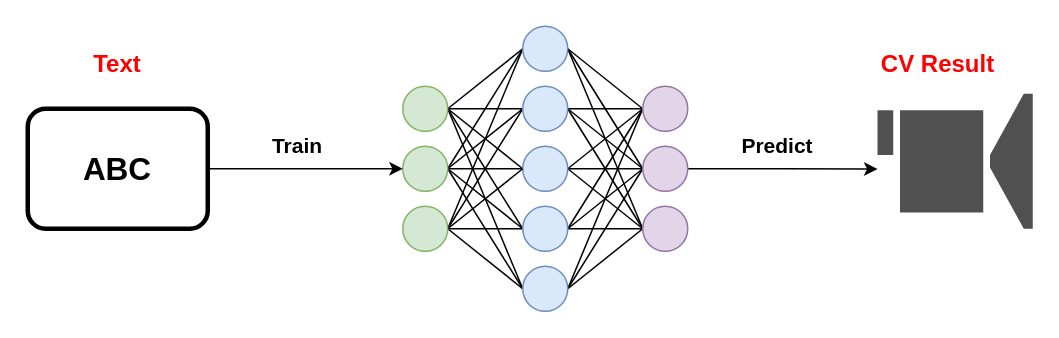
The draw.io diagram page "图1.3 跨模态信息检索" (3 of 6) of 论文/第1章/第一章.drawio in ssl1995/draw, before the edit. Source tidied: cells renumbered, new cells numbered last; positions are measured from the earlier drawing's top-left corner, leaving out a move shared by most shapes. Both pictures are drawn from the tidied source at 150%, with x=0, y=0 at pixel (27, 26).
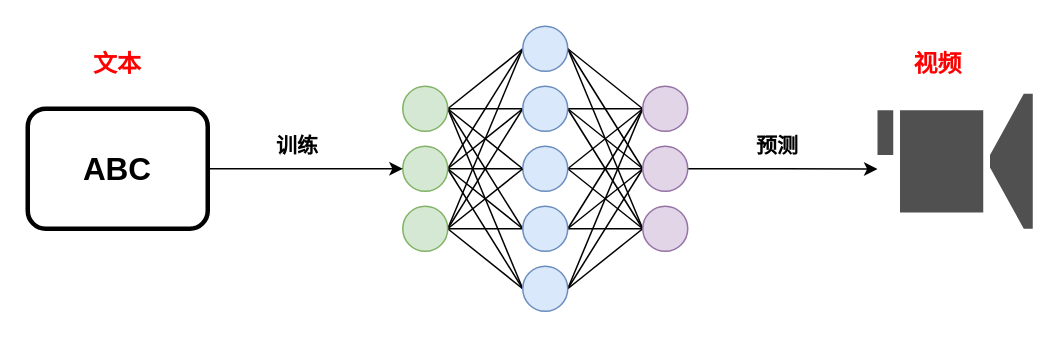
The same diagram, later.

Diff of the diagram source:
```diff
@@
-    <mxCell id="46" value="Train" style="text;strokeColor=none;fillColor=none;align=center;verticalAlign=middle;rounded=0;fontSize=14;fontStyle=1;whiteSpace=wrap;" parent="1" vertex="1">
+    <mxCell id="46" value="训练" style="text;strokeColor=none;fillColor=none;align=center;verticalAlign=middle;rounded=0;fontSize=14;fontStyle=1;whiteSpace=wrap;" parent="1" vertex="1">
       <mxGeometry x="150" y="65" width="60" height="30" as="geometry" />
     </mxCell>
-    <mxCell id="47" value="Predict" style="text;strokeColor=none;fillColor=none;align=center;verticalAlign=middle;rounded=0;fontSize=14;fontStyle=1;whiteSpace=wrap;" parent="1" vertex="1">
+    <mxCell id="47" value="预测" style="text;strokeColor=none;fillColor=none;align=center;verticalAlign=middle;rounded=0;fontSize=14;fontStyle=1;whiteSpace=wrap;" parent="1" vertex="1">
       <mxGeometry x="470" y="65" width="60" height="30" as="geometry" />
     </mxCell>
-    <mxCell id="48" value="Text" style="text;strokeColor=none;fillColor=none;align=center;verticalAlign=middle;rounded=0;fontSize=16;fontStyle=1;fontColor=#FF0000;whiteSpace=wrap;" parent="1" vertex="1">
+    <mxCell id="48" value="文本" style="text;strokeColor=none;fillColor=none;align=center;verticalAlign=middle;rounded=0;fontSize=16;fontStyle=1;fontColor=#FF0000;whiteSpace=wrap;" parent="1" vertex="1">
       <mxGeometry x="30" y="10" width="60" height="30" as="geometry" />
     </mxCell>
-    <mxCell id="49" value="CV Result" style="text;strokeColor=none;fillColor=none;align=center;verticalAlign=middle;rounded=0;fontSize=16;fontStyle=1;fontColor=#FF0000;whiteSpace=wrap;" parent="1" vertex="1">
+    <mxCell id="49" value="视频" style="text;strokeColor=none;fillColor=none;align=center;verticalAlign=middle;rounded=0;fontSize=16;fontStyle=1;fontColor=#FF0000;whiteSpace=wrap;" parent="1" vertex="1">
       <mxGeometry x="566.5" y="12.5" width="80" height="25" as="geometry" />
     </mxCell>
```
